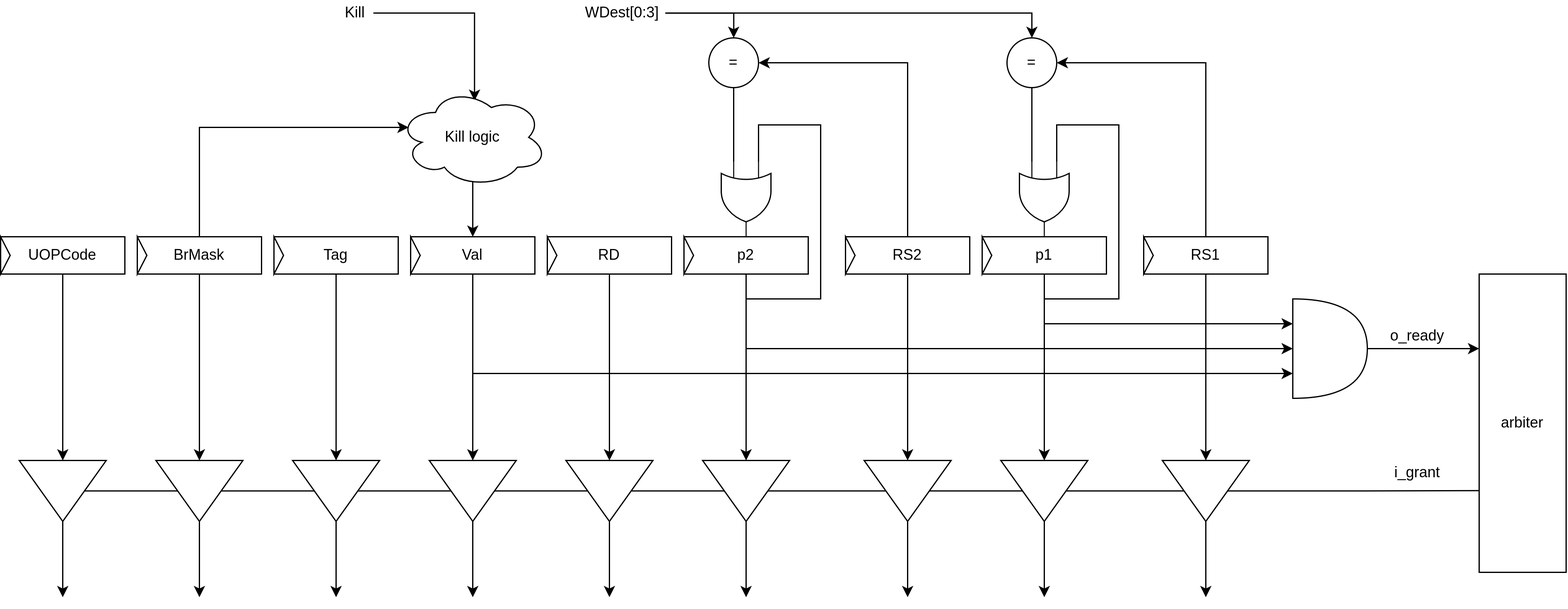
The draw.io diagram docs/img/queue_slot.png in DonMaestro/risc-v, before a commit. Source tidied: cells renumbered, new cells last; positions are measured from the earlier drawing's top-left corner, leaving out a move shared by most shapes.
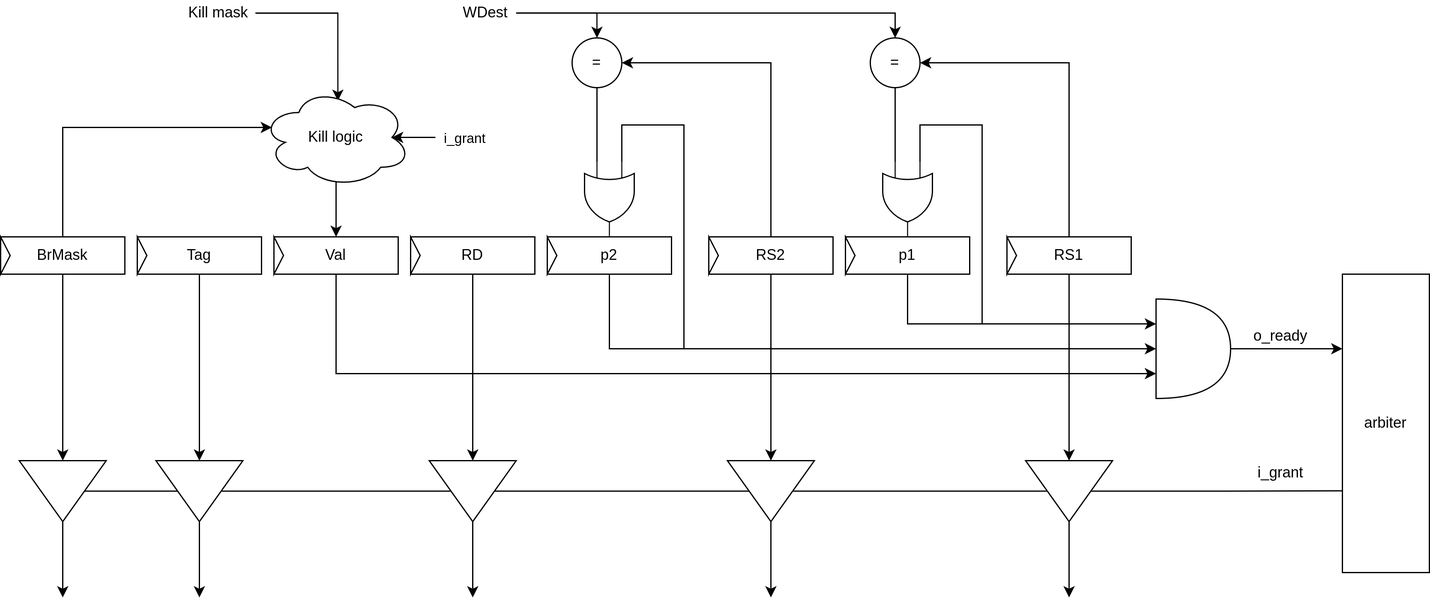
Above is the later version.

Commit message:
fix: queue_slot image

Change to the diagram source:
```diff
@@ -8,15 +8,6 @@
     <mxCell id="3" value="arbiter" style="rounded=0;whiteSpace=wrap;html=1;shadow=0;sketch=0;" parent="1" vertex="1">
       <mxGeometry x="1190" y="220" width="70" height="240" as="geometry" />
     </mxCell>
-    <mxCell id="4" style="group;" parent="1" vertex="1">
-      <mxGeometry y="190" width="100" height="30" as="geometry" />
-    </mxCell>
-    <mxCell id="5" value="UOPCode" style="rounded=0;whiteSpace=wrap;html=1;" parent="4" vertex="1">
-      <mxGeometry width="100" height="30" as="geometry" />
-    </mxCell>
-    <mxCell id="6" style="triangle;whiteSpace=wrap;html=1;" parent="4" vertex="1">
-      <mxGeometry width="7.7" height="30" as="geometry" />
-    </mxCell>
     <mxCell id="7" style="group;" parent="1" vertex="1">
       <mxGeometry x="110" y="190" width="100" height="30" as="geometry" />
     </mxCell>
@@ -118,8 +109,8 @@
     <mxCell id="39" style="edgeStyle=orthogonalEdgeStyle;rounded=0;jettySize=auto;html=1;exitX=0.5;exitY=1;exitDx=0;exitDy=0;entryX=0;entryY=0.25;entryDx=0;entryDy=0;entryPerimeter=0;endArrow=none;endFill=0;" parent="1" edge="1" source="26" target="48">
       <mxGeometry relative="1" as="geometry">
         <Array as="points">
-          <mxPoint x="840" y="240" />
-          <mxPoint x="900" y="240" />
+          <mxPoint x="840" y="260" />
+          <mxPoint x="900" y="260" />
           <mxPoint x="900" y="100" />
           <mxPoint x="850" y="100" />
         </Array>
@@ -131,8 +122,8 @@
     <mxCell id="41" style="edgeStyle=orthogonalEdgeStyle;rounded=0;jettySize=auto;html=1;entryX=0.5;entryY=0;entryDx=0;entryDy=0;" parent="1" edge="1" source="42" target="38">
       <mxGeometry relative="1" as="geometry" />
     </mxCell>
-    <mxCell id="42" value="WDest[0:3]" style="text;html=1;align=center;verticalAlign=middle;points=[];strokeColor=none;fillColor=none;" parent="1" vertex="1">
-      <mxGeometry x="465" width="70" height="20" as="geometry" />
+    <mxCell id="42" value="WDest" style="text;html=1;align=center;verticalAlign=middle;points=[];strokeColor=none;fillColor=none;" parent="1" vertex="1">
+      <mxGeometry x="475" width="50" height="20" as="geometry" />
     </mxCell>
     <mxCell id="43" style="edgeStyle=orthogonalEdgeStyle;rounded=0;jettySize=auto;html=1;exitX=0.5;exitY=0;exitDx=0;exitDy=0;entryX=1;entryY=0.5;entryDx=0;entryDy=0;" parent="1" edge="1" source="23" target="37">
       <mxGeometry relative="1" as="geometry" />
@@ -155,8 +146,8 @@
     <mxCell id="49" style="edgeStyle=orthogonalEdgeStyle;rounded=0;jettySize=auto;html=1;exitX=0.5;exitY=1;exitDx=0;exitDy=0;entryX=0;entryY=0.25;entryDx=0;entryDy=0;entryPerimeter=0;endArrow=none;endFill=0;" parent="1" edge="1" source="20" target="46">
       <mxGeometry relative="1" as="geometry">
         <Array as="points">
-          <mxPoint x="600" y="240" />
-          <mxPoint x="660" y="240" />
+          <mxPoint x="600" y="280" />
+          <mxPoint x="660" y="280" />
           <mxPoint x="660" y="100" />
           <mxPoint x="610" y="100" />
         </Array>
@@ -165,8 +156,8 @@
     <mxCell id="50" style="edgeStyle=orthogonalEdgeStyle;rounded=0;jettySize=auto;html=1;entryX=0.512;entryY=0.133;entryDx=0;entryDy=0;entryPerimeter=0;endArrow=classic;endFill=1;" parent="1" edge="1" source="51" target="52">
       <mxGeometry relative="1" as="geometry" />
     </mxCell>
-    <mxCell id="51" value="Kill" style="text;html=1;align=center;verticalAlign=middle;points=[];strokeColor=none;fillColor=none;" parent="1" vertex="1">
-      <mxGeometry x="270" width="30" height="20" as="geometry" />
+    <mxCell id="51" value="Kill mask" style="text;html=1;align=center;verticalAlign=middle;points=[];strokeColor=none;fillColor=none;" parent="1" vertex="1">
+      <mxGeometry x="255" width="60" height="20" as="geometry" />
     </mxCell>
     <mxCell id="52" value="Kill logic" style="ellipse;shape=cloud;whiteSpace=wrap;html=1;shadow=0;sketch=0;" parent="1" vertex="1">
       <mxGeometry x="320" y="70" width="120" height="80" as="geometry" />
@@ -181,20 +172,6 @@
     <mxCell id="54" value="o_ready" style="text;html=1;align=center;verticalAlign=middle;strokeColor=none;fillColor=none;" parent="1" vertex="1">
       <mxGeometry x="1110" y="260" width="60" height="20" as="geometry" />
     </mxCell>
-    <mxCell id="55" style="edgeStyle=orthogonalEdgeStyle;rounded=0;jettySize=auto;html=1;exitX=0;exitY=0;exitDx=35;exitDy=0;exitPerimeter=0;endArrow=classic;endFill=1;" parent="1" edge="1" source="57">
-      <mxGeometry relative="1" as="geometry">
-        <mxPoint x="840" y="480" as="targetPoint" />
-      </mxGeometry>
-    </mxCell>
-    <mxCell id="56" style="edgeStyle=orthogonalEdgeStyle;rounded=0;jettySize=auto;html=1;exitX=0;exitY=0;exitDx=17.5;exitDy=24.5;exitPerimeter=0;entryX=0;entryY=0;entryDx=52.5;entryDy=24.5;entryPerimeter=0;endArrow=none;endFill=0;" parent="1" edge="1" source="57" target="60">
-      <mxGeometry relative="1" as="geometry" />
-    </mxCell>
-    <mxCell id="57" style="verticalLabelPosition=bottom;verticalAlign=top;html=1;shape=mxgraph.basic.acute_triangle;dx=0.5;shadow=0;sketch=0;rotation=-180;" parent="1" vertex="1">
-      <mxGeometry x="805" y="370" width="70" height="49" as="geometry" />
-    </mxCell>
-    <mxCell id="58" style="edgeStyle=orthogonalEdgeStyle;rounded=0;jettySize=auto;html=1;exitX=0.5;exitY=1;exitDx=0;exitDy=0;entryX=0.5;entryY=1;entryDx=0;entryDy=0;entryPerimeter=0;endArrow=classic;endFill=1;" parent="1" edge="1" source="26" target="57">
-      <mxGeometry relative="1" as="geometry" />
-    </mxCell>
     <mxCell id="59" style="edgeStyle=orthogonalEdgeStyle;rounded=0;jettySize=auto;html=1;exitX=0;exitY=0;exitDx=35;exitDy=0;exitPerimeter=0;endArrow=classic;endFill=1;" parent="1" edge="1" source="60">
       <mxGeometry relative="1" as="geometry">
         <mxPoint x="970" y="480" as="targetPoint" />
@@ -208,51 +185,29 @@
         <mxPoint x="730" y="480" as="targetPoint" />
       </mxGeometry>
     </mxCell>
-    <mxCell id="62" style="edgeStyle=orthogonalEdgeStyle;rounded=0;jettySize=auto;html=1;exitX=0;exitY=0;exitDx=17.5;exitDy=24.5;exitPerimeter=0;entryX=0;entryY=0;entryDx=52.5;entryDy=24.5;entryPerimeter=0;endArrow=none;endFill=0;" parent="1" edge="1" source="63" target="57">
+    <mxCell id="62" style="edgeStyle=orthogonalEdgeStyle;rounded=0;jettySize=auto;html=1;exitX=0;exitY=0;exitDx=17.5;exitDy=24.5;exitPerimeter=0;entryX=0;entryY=0;entryDx=52.5;entryDy=24.5;entryPerimeter=0;endArrow=none;endFill=0;" parent="1" edge="1" source="63" target="60">
       <mxGeometry relative="1" as="geometry" />
     </mxCell>
     <mxCell id="63" style="verticalLabelPosition=bottom;verticalAlign=top;html=1;shape=mxgraph.basic.acute_triangle;dx=0.5;shadow=0;sketch=0;rotation=-180;" parent="1" vertex="1">
       <mxGeometry x="695" y="370" width="70" height="49" as="geometry" />
     </mxCell>
-    <mxCell id="64" style="edgeStyle=orthogonalEdgeStyle;rounded=0;jettySize=auto;html=1;exitX=0;exitY=0;exitDx=35;exitDy=0;exitPerimeter=0;endArrow=classic;endFill=1;" parent="1" edge="1" source="66">
-      <mxGeometry relative="1" as="geometry">
-        <mxPoint x="600" y="480" as="targetPoint" />
-      </mxGeometry>
-    </mxCell>
-    <mxCell id="65" style="edgeStyle=orthogonalEdgeStyle;rounded=0;jettySize=auto;html=1;exitX=0;exitY=0;exitDx=17.5;exitDy=24.5;exitPerimeter=0;entryX=0;entryY=0;entryDx=52.5;entryDy=24.5;entryPerimeter=0;endArrow=none;endFill=0;" parent="1" edge="1" source="66" target="63">
-      <mxGeometry relative="1" as="geometry" />
-    </mxCell>
-    <mxCell id="66" style="verticalLabelPosition=bottom;verticalAlign=top;html=1;shape=mxgraph.basic.acute_triangle;dx=0.5;shadow=0;sketch=0;rotation=-180;" parent="1" vertex="1">
-      <mxGeometry x="565" y="370" width="70" height="49" as="geometry" />
-    </mxCell>
     <mxCell id="67" style="edgeStyle=orthogonalEdgeStyle;rounded=0;jettySize=auto;html=1;exitX=0;exitY=0;exitDx=35;exitDy=0;exitPerimeter=0;endArrow=classic;endFill=1;" parent="1" edge="1" source="69">
       <mxGeometry relative="1" as="geometry">
         <mxPoint x="490" y="480" as="targetPoint" />
       </mxGeometry>
     </mxCell>
-    <mxCell id="68" style="edgeStyle=orthogonalEdgeStyle;rounded=0;jettySize=auto;html=1;exitX=0;exitY=0;exitDx=17.5;exitDy=24.5;exitPerimeter=0;entryX=0;entryY=0;entryDx=52.5;entryDy=24.5;entryPerimeter=0;endArrow=none;endFill=0;" parent="1" edge="1" source="69" target="66">
+    <mxCell id="68" style="edgeStyle=orthogonalEdgeStyle;rounded=0;jettySize=auto;html=1;exitX=0;exitY=0;exitDx=17.5;exitDy=24.5;exitPerimeter=0;entryX=0;entryY=0;entryDx=52.5;entryDy=24.5;entryPerimeter=0;endArrow=none;endFill=0;" parent="1" edge="1" source="69" target="63">
       <mxGeometry relative="1" as="geometry" />
     </mxCell>
     <mxCell id="69" style="verticalLabelPosition=bottom;verticalAlign=top;html=1;shape=mxgraph.basic.acute_triangle;dx=0.5;shadow=0;sketch=0;rotation=-180;" parent="1" vertex="1">
       <mxGeometry x="455" y="370" width="70" height="49" as="geometry" />
     </mxCell>
-    <mxCell id="70" style="edgeStyle=orthogonalEdgeStyle;rounded=0;jettySize=auto;html=1;exitX=0;exitY=0;exitDx=35;exitDy=0;exitPerimeter=0;endArrow=classic;endFill=1;" parent="1" edge="1" source="72">
-      <mxGeometry relative="1" as="geometry">
-        <mxPoint x="380" y="480" as="targetPoint" />
-      </mxGeometry>
-    </mxCell>
-    <mxCell id="71" style="edgeStyle=orthogonalEdgeStyle;rounded=0;jettySize=auto;html=1;exitX=0;exitY=0;exitDx=17.5;exitDy=24.5;exitPerimeter=0;entryX=0;entryY=0;entryDx=52.5;entryDy=24.5;entryPerimeter=0;endArrow=none;endFill=0;" parent="1" edge="1" source="72" target="69">
-      <mxGeometry relative="1" as="geometry" />
-    </mxCell>
-    <mxCell id="72" style="verticalLabelPosition=bottom;verticalAlign=top;html=1;shape=mxgraph.basic.acute_triangle;dx=0.5;shadow=0;sketch=0;rotation=-180;" parent="1" vertex="1">
-      <mxGeometry x="345" y="370" width="70" height="49" as="geometry" />
-    </mxCell>
     <mxCell id="73" style="edgeStyle=orthogonalEdgeStyle;rounded=0;jettySize=auto;html=1;exitX=0;exitY=0;exitDx=35;exitDy=0;exitPerimeter=0;endArrow=classic;endFill=1;" parent="1" edge="1" source="75">
       <mxGeometry relative="1" as="geometry">
         <mxPoint x="270" y="480" as="targetPoint" />
       </mxGeometry>
     </mxCell>
-    <mxCell id="74" style="edgeStyle=orthogonalEdgeStyle;rounded=0;jettySize=auto;html=1;exitX=0;exitY=0;exitDx=17.5;exitDy=24.5;exitPerimeter=0;entryX=0;entryY=0;entryDx=52.5;entryDy=24.5;entryPerimeter=0;endArrow=none;endFill=0;" parent="1" edge="1" source="75" target="72">
+    <mxCell id="74" style="edgeStyle=orthogonalEdgeStyle;rounded=0;jettySize=auto;html=1;exitX=0;exitY=0;exitDx=17.5;exitDy=24.5;exitPerimeter=0;entryX=0;entryY=0;entryDx=52.5;entryDy=24.5;entryPerimeter=0;endArrow=none;endFill=0;" parent="1" edge="1" source="75" target="69">
       <mxGeometry relative="1" as="geometry" />
     </mxCell>
     <mxCell id="75" style="verticalLabelPosition=bottom;verticalAlign=top;html=1;shape=mxgraph.basic.acute_triangle;dx=0.5;shadow=0;sketch=0;rotation=-180;" parent="1" vertex="1">
@@ -269,35 +224,15 @@
     <mxCell id="78" style="verticalLabelPosition=bottom;verticalAlign=top;html=1;shape=mxgraph.basic.acute_triangle;dx=0.5;shadow=0;sketch=0;rotation=-180;" parent="1" vertex="1">
       <mxGeometry x="125" y="370" width="70" height="49" as="geometry" />
     </mxCell>
-    <mxCell id="79" style="edgeStyle=orthogonalEdgeStyle;rounded=0;jettySize=auto;html=1;exitX=0;exitY=0;exitDx=35;exitDy=0;exitPerimeter=0;endArrow=classic;endFill=1;" parent="1" edge="1" source="81">
-      <mxGeometry relative="1" as="geometry">
-        <mxPoint x="50" y="480" as="targetPoint" />
-      </mxGeometry>
-    </mxCell>
-    <mxCell id="80" style="edgeStyle=orthogonalEdgeStyle;rounded=0;jettySize=auto;html=1;exitX=0;exitY=0;exitDx=17.5;exitDy=24.5;exitPerimeter=0;entryX=0;entryY=0;entryDx=52.5;entryDy=24.5;entryPerimeter=0;endArrow=none;endFill=0;" parent="1" edge="1" source="81" target="78">
-      <mxGeometry relative="1" as="geometry" />
-    </mxCell>
-    <mxCell id="81" style="verticalLabelPosition=bottom;verticalAlign=top;html=1;shape=mxgraph.basic.acute_triangle;dx=0.5;shadow=0;sketch=0;rotation=-180;" parent="1" vertex="1">
-      <mxGeometry x="15" y="370" width="70" height="49" as="geometry" />
-    </mxCell>
-    <mxCell id="82" style="edgeStyle=orthogonalEdgeStyle;rounded=0;jettySize=auto;html=1;exitX=0.5;exitY=1;exitDx=0;exitDy=0;entryX=0.5;entryY=1;entryDx=0;entryDy=0;entryPerimeter=0;endArrow=classic;endFill=1;" parent="1" edge="1" source="5" target="81">
-      <mxGeometry relative="1" as="geometry" />
-    </mxCell>
     <mxCell id="83" style="edgeStyle=orthogonalEdgeStyle;rounded=0;jettySize=auto;html=1;exitX=0.5;exitY=1;exitDx=0;exitDy=0;entryX=0.5;entryY=1;entryDx=0;entryDy=0;entryPerimeter=0;endArrow=classic;endFill=1;" parent="1" edge="1" source="8" target="78">
       <mxGeometry relative="1" as="geometry" />
     </mxCell>
     <mxCell id="84" style="edgeStyle=orthogonalEdgeStyle;rounded=0;jettySize=auto;html=1;exitX=0.5;exitY=1;exitDx=0;exitDy=0;entryX=0.5;entryY=1;entryDx=0;entryDy=0;entryPerimeter=0;endArrow=classic;endFill=1;" parent="1" edge="1" source="11" target="75">
       <mxGeometry relative="1" as="geometry" />
     </mxCell>
-    <mxCell id="85" style="edgeStyle=orthogonalEdgeStyle;rounded=0;jettySize=auto;html=1;exitX=0.5;exitY=1;exitDx=0;exitDy=0;endArrow=classic;endFill=1;entryX=0.5;entryY=1;entryDx=0;entryDy=0;entryPerimeter=0;" parent="1" edge="1" source="14" target="72">
-      <mxGeometry relative="1" as="geometry" />
-    </mxCell>
     <mxCell id="86" style="edgeStyle=orthogonalEdgeStyle;rounded=0;jettySize=auto;html=1;exitX=0.5;exitY=1;exitDx=0;exitDy=0;entryX=0.5;entryY=1;entryDx=0;entryDy=0;entryPerimeter=0;endArrow=classic;endFill=1;" parent="1" edge="1" source="17" target="69">
       <mxGeometry relative="1" as="geometry" />
     </mxCell>
-    <mxCell id="87" style="edgeStyle=orthogonalEdgeStyle;rounded=0;jettySize=auto;html=1;exitX=0.5;exitY=1;exitDx=0;exitDy=0;entryX=0.5;entryY=1;entryDx=0;entryDy=0;entryPerimeter=0;endArrow=classic;endFill=1;" parent="1" edge="1" source="20" target="66">
-      <mxGeometry relative="1" as="geometry" />
-    </mxCell>
     <mxCell id="88" style="edgeStyle=orthogonalEdgeStyle;rounded=0;jettySize=auto;html=1;exitX=0.5;exitY=1;exitDx=0;exitDy=0;entryX=0.5;entryY=1;entryDx=0;entryDy=0;entryPerimeter=0;endArrow=classic;endFill=1;" parent="1" edge="1" source="29" target="60">
       <mxGeometry relative="1" as="geometry" />
     </mxCell>
@@ -307,5 +242,15 @@
     <mxCell id="90" value="i_grant" style="text;html=1;align=center;verticalAlign=middle;strokeColor=none;fillColor=none;" parent="1" vertex="1">
       <mxGeometry x="1115" y="370" width="50" height="20" as="geometry" />
     </mxCell>
+    <mxCell id="91" style="endArrow=classic;html=1;rounded=0;entryX=0.875;entryY=0.5;entryDx=0;entryDy=0;entryPerimeter=0;" parent="1" edge="1" target="52">
+      <mxGeometry relative="1" as="geometry">
+        <mxPoint x="460" y="110" as="sourcePoint" />
+      </mxGeometry>
+    </mxCell>
+    <mxCell id="92" value="&amp;nbsp;i_grant" style="edgeLabel;html=1;align=center;verticalAlign=middle;" parent="91" vertex="1">
+      <mxGeometry x="-0.52" y="1" relative="1" as="geometry">
+        <mxPoint x="29" y="-1" as="offset" />
+      </mxGeometry>
+    </mxCell>
   </root>
 </mxGraphModel>
```
